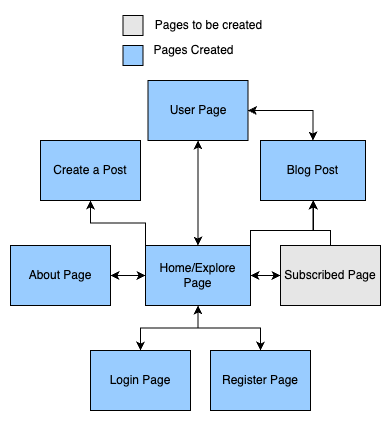
Earlier version of the draw.io export assets/Sitemap.png (CST339/blogsite). Source tidied: cells renumbered, new cells last; positions are measured from the earlier drawing's top-left corner, leaving out a move shared by most shapes.
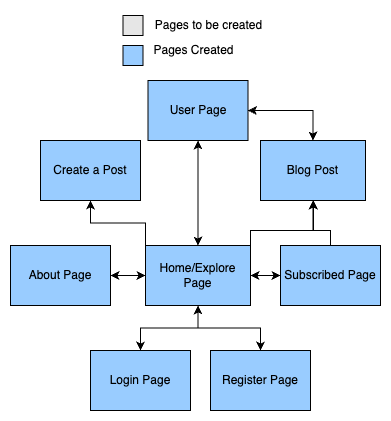
The same file after the commit.

The edit, as a diff of the source:
```diff
@@ -51,7 +51,7 @@
         </Array>
       </mxGeometry>
     </mxCell>
-    <mxCell id="15" value="Subscribed Page" style="rounded=0;whiteSpace=wrap;html=1;fillColor=#E6E6E6;" parent="1" vertex="1">
+    <mxCell id="15" value="Subscribed Page" style="rounded=0;whiteSpace=wrap;html=1;fillColor=#99CCFF;" parent="1" vertex="1">
       <mxGeometry x="270" y="235" width="100" height="60" as="geometry" />
     </mxCell>
     <mxCell id="16" style="edgeStyle=orthogonalEdgeStyle;rounded=0;jettySize=auto;html=1;entryX=0.5;entryY=0;entryDx=0;entryDy=0;fillColor=#CCCCCC;" parent="1" edge="1" source="18" target="9">
```
